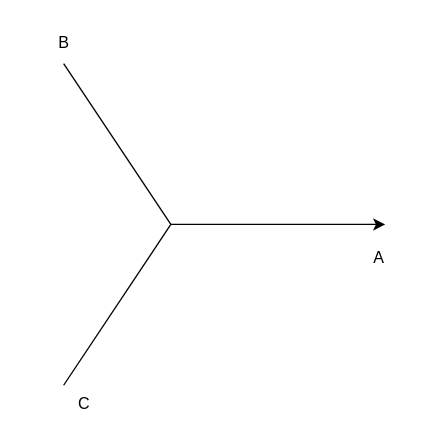
Above: 同步电机和异步电机数学模型.drawio in Vinson-001/Blog-flow-chart (draw.io), before the change. Source tidied: cells renumbered, new cells numbered last; positions are measured from the earlier drawing's top-left corner, leaving out a move shared by most shapes. Both pictures are drawn from the tidied source at 134%, with x=0, y=0 at pixel (43, 23).
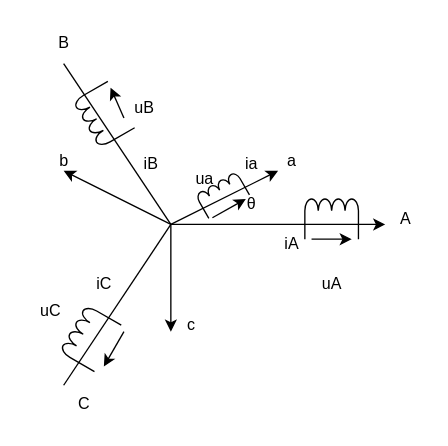
The same page after the edit.

Commit message (it also covers changes not shown here):
更新同步电机和异步电机数学模型.drawio

Diff of the diagram source:
```diff
@@
     <mxCell id="5" value="A" style="text;html=1;align=center;verticalAlign=middle;strokeColor=none;fillColor=none;" parent="1" vertex="1">
-      <mxGeometry x="235" y="160" width="30" height="30" as="geometry" />
+      <mxGeometry x="255" y="131" width="30" height="30" as="geometry" />
     </mxCell>
@@
+    <mxCell id="8" style="endArrow=classic;html=1;rounded=0;" parent="1" edge="1">
+      <mxGeometry relative="1" as="geometry">
+        <mxPoint x="95" y="150" as="sourcePoint" />
+        <mxPoint x="175" y="110" as="targetPoint" />
+      </mxGeometry>
+    </mxCell>
+    <mxCell id="9" style="endArrow=classic;html=1;rounded=0;" parent="1" edge="1">
+      <mxGeometry relative="1" as="geometry">
+        <mxPoint x="95" y="150" as="sourcePoint" />
+        <mxPoint x="95" y="230" as="targetPoint" />
+      </mxGeometry>
+    </mxCell>
+    <mxCell id="10" style="endArrow=classic;html=1;rounded=0;" parent="1" edge="1">
+      <mxGeometry relative="1" as="geometry">
+        <mxPoint x="95" y="150" as="sourcePoint" />
+        <mxPoint x="15" y="110" as="targetPoint" />
+      </mxGeometry>
+    </mxCell>
+    <mxCell id="11" value="a" style="text;html=1;align=center;verticalAlign=middle;strokeColor=none;fillColor=none;" parent="1" vertex="1">
+      <mxGeometry x="170" y="88" width="30" height="30" as="geometry" />
+    </mxCell>
+    <mxCell id="12" value="b" style="text;html=1;align=center;verticalAlign=middle;strokeColor=none;fillColor=none;" parent="1" vertex="1">
+      <mxGeometry y="88" width="30" height="30" as="geometry" />
+    </mxCell>
+    <mxCell id="13" value="c" style="text;html=1;align=center;verticalAlign=middle;strokeColor=none;fillColor=none;" parent="1" vertex="1">
+      <mxGeometry x="95" y="210" width="30" height="30" as="geometry" />
+    </mxCell>
+    <mxCell id="14" style="verticalLabelPosition=bottom;shadow=0;dashed=0;align=center;html=1;verticalAlign=top;shape=mxgraph.electrical.inductors.inductor;" parent="1" vertex="1">
+      <mxGeometry x="195" y="131" width="40" height="30" as="geometry" />
+    </mxCell>
+    <mxCell id="15" style="verticalLabelPosition=bottom;shadow=0;dashed=0;align=center;html=1;verticalAlign=top;shape=mxgraph.electrical.inductors.inductor;direction=north;rotation=-30;" parent="1" vertex="1">
+      <mxGeometry x="30" y="48" width="30" height="40" as="geometry" />
+    </mxCell>
+    <mxCell id="16" style="verticalLabelPosition=bottom;shadow=0;dashed=0;align=center;html=1;verticalAlign=top;shape=mxgraph.electrical.inductors.inductor;rotation=-60;" parent="1" vertex="1">
+      <mxGeometry x="15" y="220" width="40" height="30" as="geometry" />
+    </mxCell>
+    <mxCell id="17" value="iA" style="text;html=1;align=center;verticalAlign=middle;strokeColor=none;fillColor=none;" parent="1" vertex="1">
+      <mxGeometry x="170" y="150" width="30" height="30" as="geometry" />
+    </mxCell>
+    <mxCell id="18" style="endArrow=classic;html=1;rounded=0;" parent="1" edge="1">
+      <mxGeometry relative="1" as="geometry">
+        <mxPoint x="200" y="161" as="sourcePoint" />
+        <mxPoint x="230" y="161" as="targetPoint" />
+      </mxGeometry>
+    </mxCell>
+    <mxCell id="19" value="uA" style="text;html=1;align=center;verticalAlign=middle;strokeColor=none;fillColor=none;" parent="1" vertex="1">
+      <mxGeometry x="195" y="180" width="40" height="30" as="geometry" />
+    </mxCell>
+    <mxCell id="20" value="iB" style="text;html=1;align=center;verticalAlign=middle;strokeColor=none;fillColor=none;" parent="1" vertex="1">
+      <mxGeometry x="65" y="90" width="30" height="30" as="geometry" />
+    </mxCell>
+    <mxCell id="21" value="uB" style="text;html=1;align=center;verticalAlign=middle;strokeColor=none;fillColor=none;" parent="1" vertex="1">
+      <mxGeometry x="55" y="48" width="40" height="30" as="geometry" />
+    </mxCell>
+    <mxCell id="22" style="endArrow=classic;html=1;rounded=0;" parent="1" edge="1">
+      <mxGeometry relative="1" as="geometry">
+        <mxPoint x="60" y="70.5" as="sourcePoint" />
+        <mxPoint x="50" y="48" as="targetPoint" />
+      </mxGeometry>
+    </mxCell>
+    <mxCell id="23" value="uC" style="text;html=1;align=center;verticalAlign=middle;strokeColor=none;fillColor=none;" parent="1" vertex="1">
+      <mxGeometry x="-15" y="200" width="40" height="30" as="geometry" />
+    </mxCell>
+    <mxCell id="24" value="iC" style="text;html=1;align=center;verticalAlign=middle;strokeColor=none;fillColor=none;" parent="1" vertex="1">
+      <mxGeometry x="30" y="180" width="30" height="30" as="geometry" />
+    </mxCell>
+    <mxCell id="25" style="endArrow=classic;html=1;rounded=0;" parent="1" edge="1">
+      <mxGeometry relative="1" as="geometry">
+        <mxPoint x="60" y="230" as="sourcePoint" />
+        <mxPoint x="45" y="256" as="targetPoint" />
+      </mxGeometry>
+    </mxCell>
+    <mxCell id="26" value="θ" style="text;html=1;align=center;verticalAlign=middle;strokeColor=none;fillColor=none;" parent="1" vertex="1">
+      <mxGeometry x="140" y="120" width="30" height="30" as="geometry" />
+    </mxCell>
+    <mxCell id="27" style="verticalLabelPosition=bottom;shadow=0;dashed=0;align=center;html=1;verticalAlign=top;shape=mxgraph.electrical.inductors.inductor;rotation=-30;" parent="1" vertex="1">
+      <mxGeometry x="116" y="118" width="35" height="20" as="geometry" />
+    </mxCell>
+    <mxCell id="28" style="endArrow=classic;html=1;rounded=0;" parent="1" edge="1">
+      <mxGeometry relative="1" as="geometry">
+        <mxPoint x="126" y="145" as="sourcePoint" />
+        <mxPoint x="151" y="131" as="targetPoint" />
+      </mxGeometry>
+    </mxCell>
+    <mxCell id="29" value="ia" style="text;html=1;align=center;verticalAlign=middle;strokeColor=none;fillColor=none;" parent="1" vertex="1">
+      <mxGeometry x="140" y="90" width="30" height="30" as="geometry" />
+    </mxCell>
+    <mxCell id="30" value="ua" style="text;html=1;align=center;verticalAlign=middle;strokeColor=none;fillColor=none;" parent="1" vertex="1">
+      <mxGeometry x="100" y="101" width="40" height="30" as="geometry" />
+    </mxCell>
```
